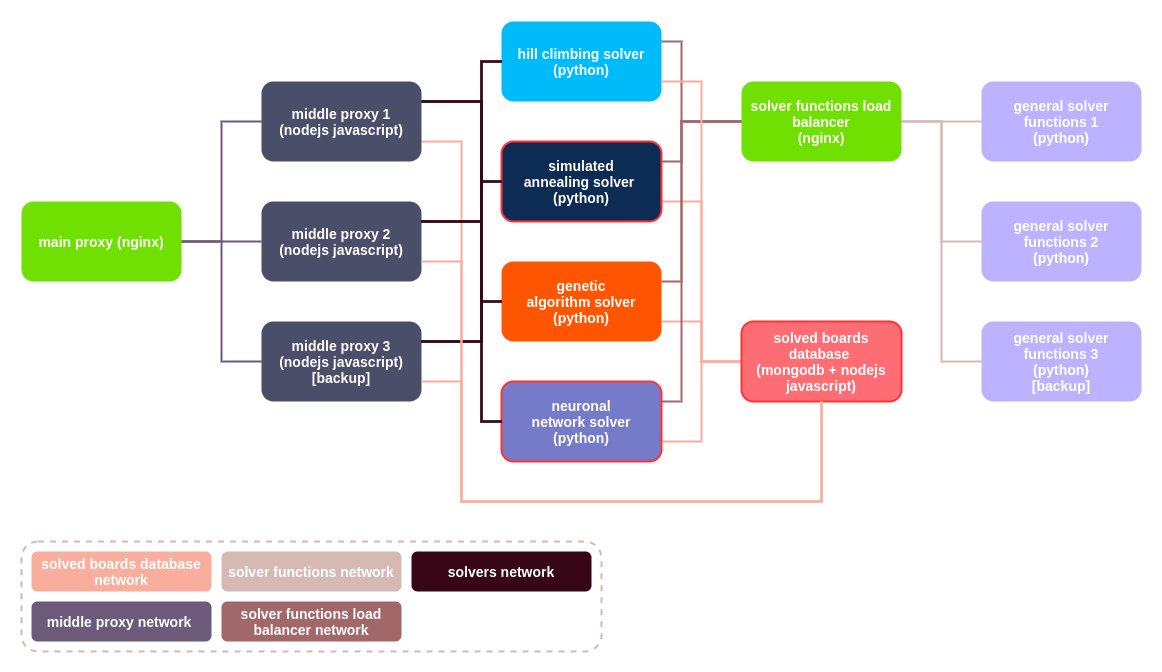
The draw.io diagram images/sudoku_solver.png in joseesco24/sudoku_solver, before a commit. Source tidied: cells renumbered, new cells last; positions are measured from the earlier drawing's top-left corner, leaving out a move shared by most shapes.
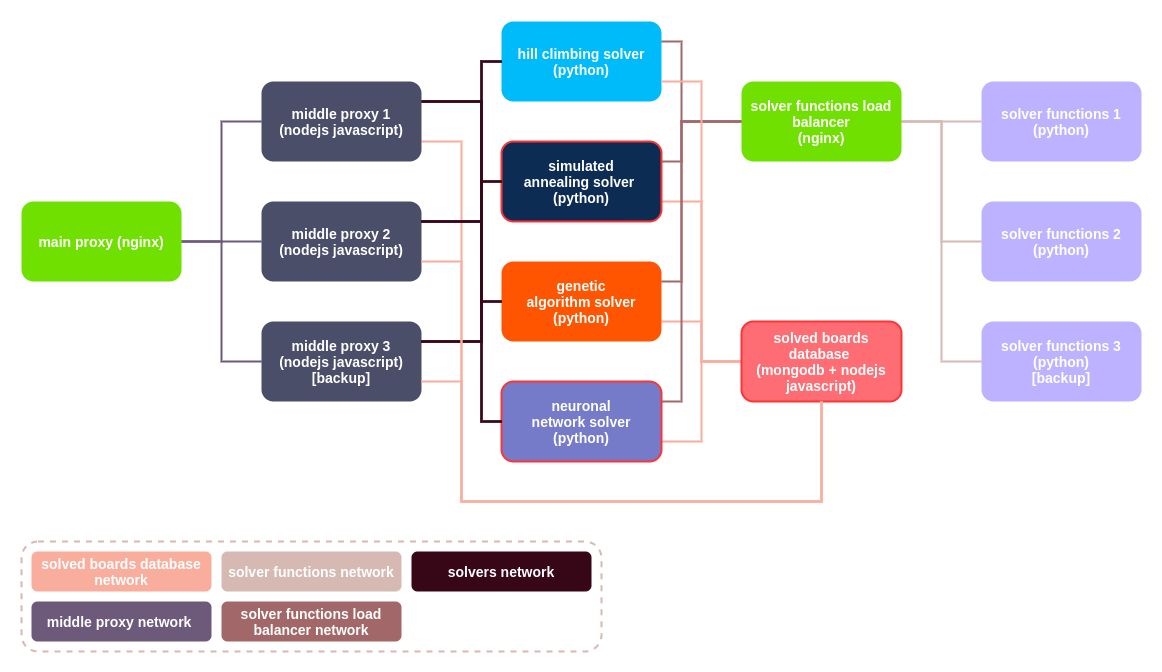
After the change.

The edit, as a diff of the source:
```diff
@@ -98,13 +98,13 @@
     <mxCell id="23" value="&lt;font color=&quot;#ffffff&quot;&gt;&lt;span style=&quot;font-size: 14px&quot;&gt;&lt;b&gt;solved boards database &lt;br&gt;(mongodb + nodejs javascript)&lt;/b&gt;&lt;/span&gt;&lt;/font&gt;" style="rounded=1;whiteSpace=wrap;html=1;strokeWidth=2;glass=0;shadow=0;sketch=0;fillColor=#fe6d73;strokeColor=#FF3333;" parent="1" vertex="1">
       <mxGeometry x="720" y="300" width="160" height="80" as="geometry" />
     </mxCell>
-    <mxCell id="24" value="&lt;b style=&quot;font-size: 14px&quot;&gt;&lt;font color=&quot;#ffffff&quot; style=&quot;font-size: 14px&quot;&gt;general solver functions 1&lt;br&gt;(python)&lt;/font&gt;&lt;/b&gt;" style="rounded=1;whiteSpace=wrap;html=1;strokeWidth=2;fillColor=#bdb2ff;strokeColor=none;" parent="1" vertex="1">
+    <mxCell id="24" value="&lt;font color=&quot;#ffffff&quot;&gt;&lt;span style=&quot;font-size: 14px&quot;&gt;&lt;b&gt;solver functions&lt;/b&gt;&lt;/span&gt;&lt;b style=&quot;font-size: 14px&quot;&gt;&amp;nbsp;1&lt;/b&gt;&lt;br&gt;&lt;b style=&quot;font-size: 14px&quot;&gt;(python)&lt;/b&gt;&lt;/font&gt;" style="rounded=1;whiteSpace=wrap;html=1;strokeWidth=2;fillColor=#bdb2ff;strokeColor=none;" parent="1" vertex="1">
       <mxGeometry x="960" y="60" width="160" height="80" as="geometry" />
     </mxCell>
-    <mxCell id="25" value="&lt;b style=&quot;font-size: 14px&quot;&gt;&lt;font color=&quot;#ffffff&quot;&gt;general solver functions 2&lt;br&gt;(python)&lt;/font&gt;&lt;/b&gt;" style="rounded=1;whiteSpace=wrap;html=1;strokeWidth=2;fillColor=#bdb2ff;strokeColor=none;" parent="1" vertex="1">
+    <mxCell id="25" value="&lt;span style=&quot;color: rgb(255 , 255 , 255) ; font-size: 14px&quot;&gt;&lt;b&gt;solver functions&lt;/b&gt;&lt;/span&gt;&lt;b style=&quot;color: rgb(255 , 255 , 255) ; font-size: 14px&quot;&gt;&amp;nbsp;2&lt;/b&gt;&lt;b style=&quot;font-size: 14px&quot;&gt;&lt;font color=&quot;#ffffff&quot;&gt;&lt;br&gt;(python)&lt;/font&gt;&lt;/b&gt;" style="rounded=1;whiteSpace=wrap;html=1;strokeWidth=2;fillColor=#bdb2ff;strokeColor=none;" parent="1" vertex="1">
       <mxGeometry x="960" y="180" width="160" height="80" as="geometry" />
     </mxCell>
-    <mxCell id="26" value="&lt;b style=&quot;font-size: 14px&quot;&gt;&lt;font color=&quot;#ffffff&quot;&gt;general solver functions 3&lt;br&gt;(python)&lt;br&gt;[&lt;/font&gt;&lt;/b&gt;&lt;b style=&quot;color: rgb(255 , 255 , 255) ; font-size: 14px&quot;&gt;backup&lt;/b&gt;&lt;b style=&quot;font-size: 14px&quot;&gt;&lt;font color=&quot;#ffffff&quot;&gt;]&lt;br&gt;&lt;/font&gt;&lt;/b&gt;" style="rounded=1;whiteSpace=wrap;html=1;strokeWidth=2;fillColor=#bdb2ff;strokeColor=none;" parent="1" vertex="1">
+    <mxCell id="26" value="&lt;span style=&quot;color: rgb(255 , 255 , 255) ; font-size: 14px&quot;&gt;&lt;b&gt;solver functions&lt;/b&gt;&lt;/span&gt;&lt;b style=&quot;color: rgb(255 , 255 , 255) ; font-size: 14px&quot;&gt;&amp;nbsp;3&lt;/b&gt;&lt;b style=&quot;font-size: 14px&quot;&gt;&lt;font color=&quot;#ffffff&quot;&gt;&lt;br&gt;(python)&lt;br&gt;[&lt;/font&gt;&lt;/b&gt;&lt;b style=&quot;color: rgb(255 , 255 , 255) ; font-size: 14px&quot;&gt;backup&lt;/b&gt;&lt;b style=&quot;font-size: 14px&quot;&gt;&lt;font color=&quot;#ffffff&quot;&gt;]&lt;br&gt;&lt;/font&gt;&lt;/b&gt;" style="rounded=1;whiteSpace=wrap;html=1;strokeWidth=2;fillColor=#bdb2ff;strokeColor=none;" parent="1" vertex="1">
       <mxGeometry x="960" y="300" width="160" height="80" as="geometry" />
     </mxCell>
     <mxCell id="27" value="&lt;font&gt;&lt;span style=&quot;font-size: 14px&quot;&gt;&lt;b&gt;middle proxy network&amp;nbsp;&lt;/b&gt;&lt;/span&gt;&lt;/font&gt;" style="text;html=1;strokeColor=none;align=center;verticalAlign=middle;whiteSpace=wrap;rounded=1;shadow=0;glass=0;sketch=0;fontColor=#FFFFFF;fillColor=#6d597a;" parent="1" vertex="1">
```
